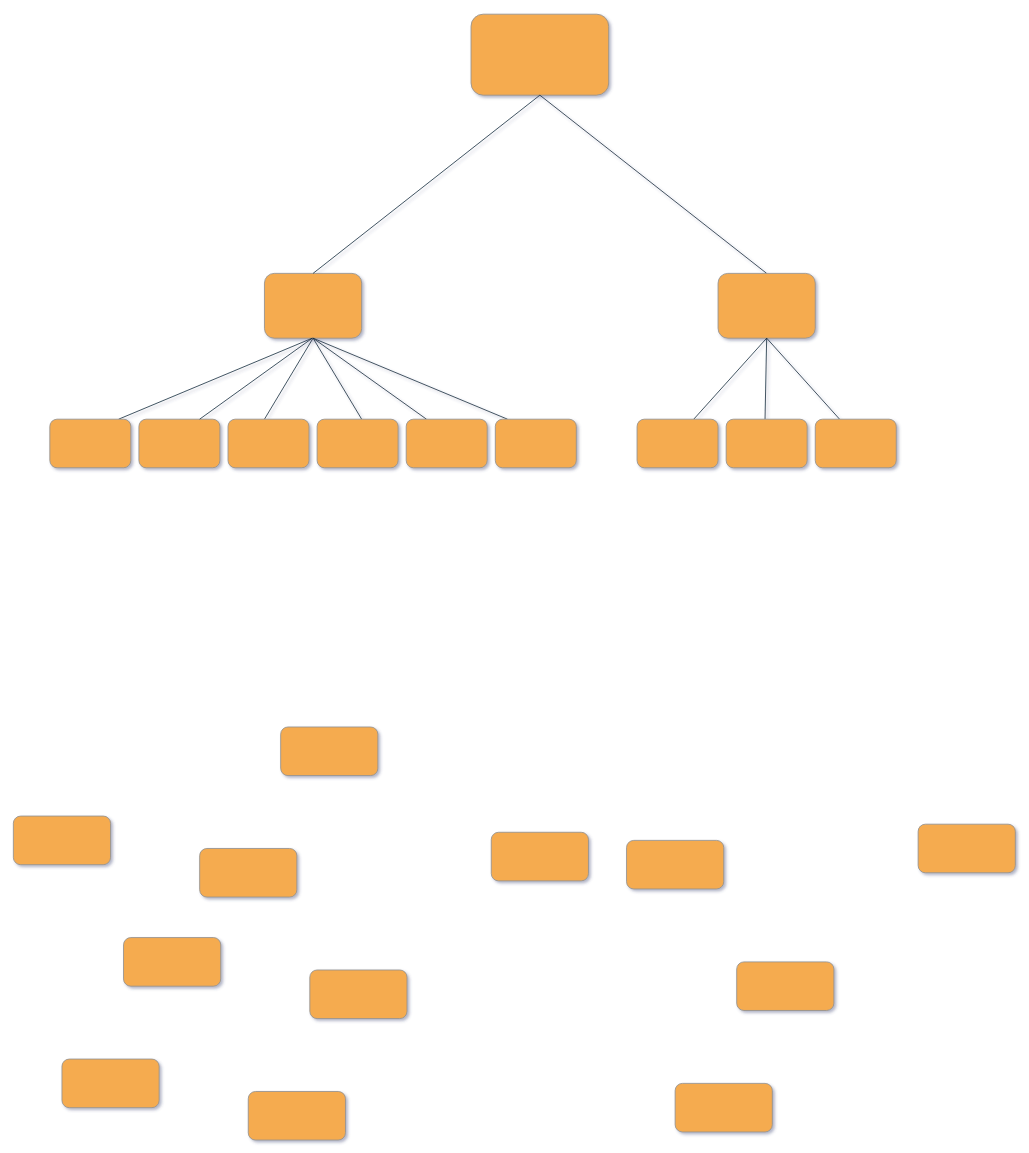
The draw.io diagram Diagrama Hito Fol.drawio in Alexx231/python, before the edit. Source tidied: cells renumbered, new cells numbered last; positions are measured from the earlier drawing's top-left corner, leaving out a move shared by most shapes. Both pictures are drawn from the tidied source at 81%, with x=0, y=0 at pixel (13, 14).
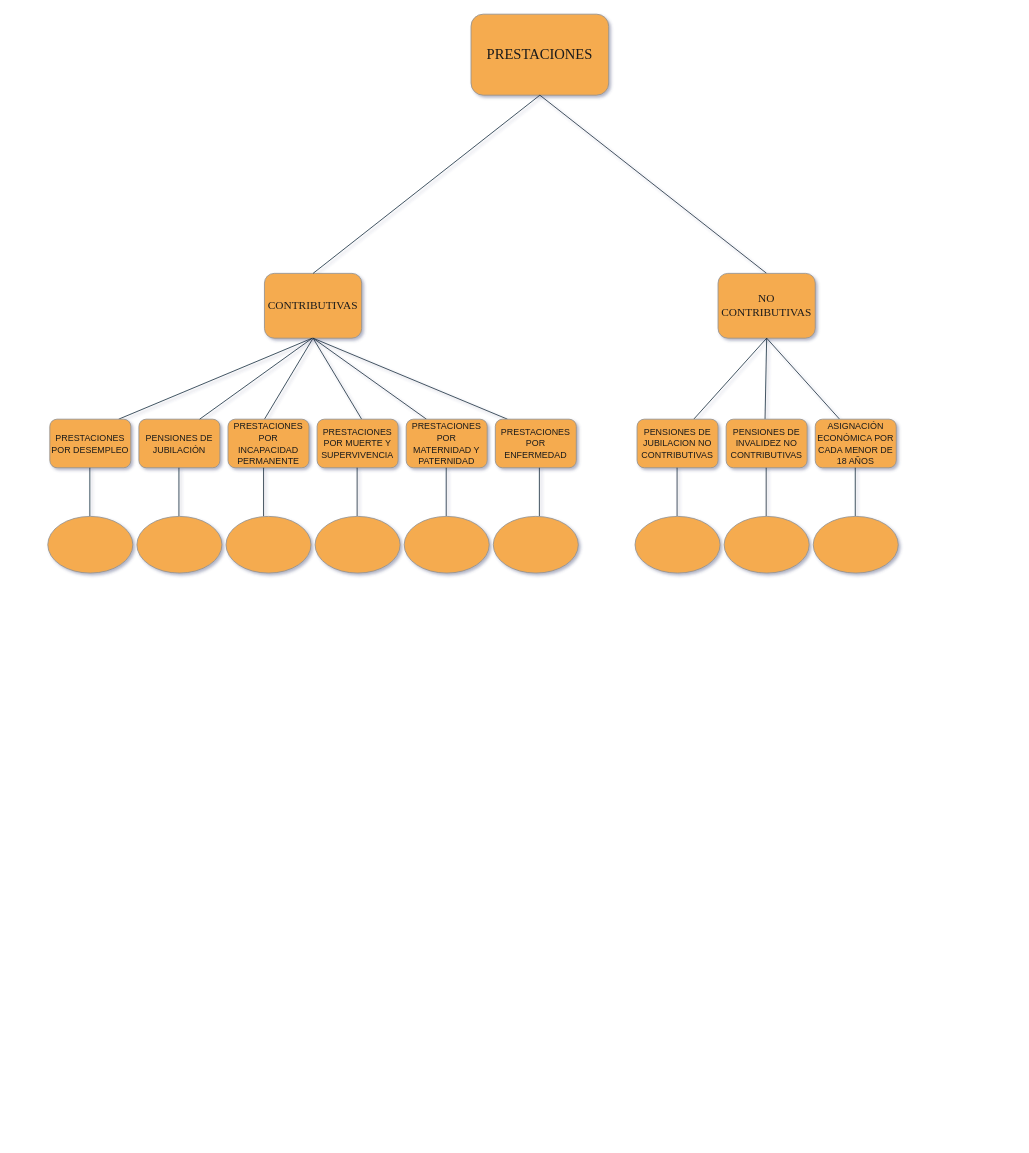
Above is the later version.

Change to the diagram source:
```diff
@@
-    <mxCell id="2" style="rounded=1;whiteSpace=wrap;html=1;labelBackgroundColor=none;fillColor=#F5AB50;strokeColor=#909090;fontColor=#1A1A1A;" parent="1" vertex="1">
+    <mxCell id="2" value="&lt;font style=&quot;font-size: 18px;&quot; face=&quot;Times New Roman&quot;&gt;PRESTACIONES&lt;/font&gt;" style="rounded=1;whiteSpace=wrap;html=1;labelBackgroundColor=none;fillColor=#F5AB50;strokeColor=#909090;fontColor=#1A1A1A;" parent="1" vertex="1">
       <mxGeometry x="565" width="170" height="100" as="geometry" />
     </mxCell>
-    <mxCell id="3" style="rounded=1;whiteSpace=wrap;html=1;labelBackgroundColor=none;fillColor=#F5AB50;strokeColor=#909090;fontColor=#1A1A1A;" parent="1" vertex="1">
+    <mxCell id="3" value="&lt;font style=&quot;font-size: 14px;&quot; face=&quot;Times New Roman&quot;&gt;CONTRIBUTIVAS&lt;/font&gt;" style="rounded=1;whiteSpace=wrap;html=1;labelBackgroundColor=none;fillColor=#F5AB50;strokeColor=#909090;fontColor=#1A1A1A;" parent="1" vertex="1">
       <mxGeometry x="310" y="320" width="120" height="80" as="geometry" />
     </mxCell>
-    <mxCell id="4" style="rounded=1;whiteSpace=wrap;html=1;labelBackgroundColor=none;fillColor=#F5AB50;strokeColor=#909090;fontColor=#1A1A1A;" parent="1" vertex="1">
-      <mxGeometry x="330" y="880" width="120" height="60" as="geometry" />
-    </mxCell>
-    <mxCell id="5" style="rounded=1;whiteSpace=wrap;html=1;labelBackgroundColor=none;fillColor=#F5AB50;strokeColor=#909090;fontColor=#1A1A1A;" parent="1" vertex="1">
+    <mxCell id="5" value="&lt;font style=&quot;font-size: 11px;&quot;&gt;PENSIONES DE JUBILACIÓN&lt;/font&gt;" style="rounded=1;whiteSpace=wrap;html=1;labelBackgroundColor=none;fillColor=#F5AB50;strokeColor=#909090;fontColor=#1A1A1A;" parent="1" vertex="1">
       <mxGeometry x="155" y="500" width="100" height="60" as="geometry" />
     </mxCell>
-    <mxCell id="6" style="rounded=1;whiteSpace=wrap;html=1;labelBackgroundColor=none;fillColor=#F5AB50;strokeColor=#909090;fontColor=#1A1A1A;" parent="1" vertex="1">
-      <mxGeometry x="60" y="1290" width="120" height="60" as="geometry" />
-    </mxCell>
-    <mxCell id="7" style="rounded=1;whiteSpace=wrap;html=1;labelBackgroundColor=none;fillColor=#F5AB50;strokeColor=#909090;fontColor=#1A1A1A;" parent="1" vertex="1">
-      <mxGeometry x="136" y="1140" width="120" height="60" as="geometry" />
-    </mxCell>
-    <mxCell id="8" style="rounded=1;whiteSpace=wrap;html=1;labelBackgroundColor=none;fillColor=#F5AB50;strokeColor=#909090;fontColor=#1A1A1A;" parent="1" vertex="1">
-      <mxGeometry y="990" width="120" height="60" as="geometry" />
-    </mxCell>
-    <mxCell id="9" style="rounded=1;whiteSpace=wrap;html=1;labelBackgroundColor=none;fillColor=#F5AB50;strokeColor=#909090;fontColor=#1A1A1A;" parent="1" vertex="1">
-      <mxGeometry x="290" y="1330" width="120" height="60" as="geometry" />
-    </mxCell>
-    <mxCell id="10" style="rounded=1;whiteSpace=wrap;html=1;labelBackgroundColor=none;fillColor=#F5AB50;strokeColor=#909090;fontColor=#1A1A1A;" parent="1" vertex="1">
-      <mxGeometry x="366" y="1180" width="120" height="60" as="geometry" />
-    </mxCell>
-    <mxCell id="11" style="rounded=1;whiteSpace=wrap;html=1;labelBackgroundColor=none;fillColor=#F5AB50;strokeColor=#909090;fontColor=#1A1A1A;" parent="1" vertex="1">
-      <mxGeometry x="230" y="1030" width="120" height="60" as="geometry" />
-    </mxCell>
-    <mxCell id="12" style="rounded=1;whiteSpace=wrap;html=1;labelBackgroundColor=none;fillColor=#F5AB50;strokeColor=#909090;fontColor=#1A1A1A;" parent="1" vertex="1">
-      <mxGeometry x="590" y="1010" width="120" height="60" as="geometry" />
-    </mxCell>
-    <mxCell id="13" style="rounded=1;whiteSpace=wrap;html=1;labelBackgroundColor=none;fillColor=#F5AB50;strokeColor=#909090;fontColor=#1A1A1A;" parent="1" vertex="1">
-      <mxGeometry x="817" y="1320" width="120" height="60" as="geometry" />
-    </mxCell>
-    <mxCell id="14" style="rounded=1;whiteSpace=wrap;html=1;labelBackgroundColor=none;fillColor=#F5AB50;strokeColor=#909090;fontColor=#1A1A1A;" parent="1" vertex="1">
-      <mxGeometry x="893" y="1170" width="120" height="60" as="geometry" />
-    </mxCell>
-    <mxCell id="15" style="rounded=1;whiteSpace=wrap;html=1;labelBackgroundColor=none;fillColor=#F5AB50;strokeColor=#909090;fontColor=#1A1A1A;" parent="1" vertex="1">
-      <mxGeometry x="757" y="1020" width="120" height="60" as="geometry" />
-    </mxCell>
-    <mxCell id="16" style="rounded=1;whiteSpace=wrap;html=1;labelBackgroundColor=none;fillColor=#F5AB50;strokeColor=#909090;fontColor=#1A1A1A;" parent="1" vertex="1">
-      <mxGeometry x="1117" y="1000" width="120" height="60" as="geometry" />
-    </mxCell>
@@
-    <mxCell id="19" style="rounded=1;whiteSpace=wrap;html=1;labelBackgroundColor=none;fillColor=#F5AB50;strokeColor=#909090;fontColor=#1A1A1A;" parent="1" vertex="1">
+    <mxCell id="19" value="&lt;font face=&quot;Times New Roman&quot; style=&quot;font-size: 14px;&quot;&gt;NO CONTRIBUTIVAS&lt;/font&gt;" style="rounded=1;whiteSpace=wrap;html=1;labelBackgroundColor=none;fillColor=#F5AB50;strokeColor=#909090;fontColor=#1A1A1A;" parent="1" vertex="1">
       <mxGeometry x="870" y="320" width="120" height="80" as="geometry" />
     </mxCell>
@@
-    <mxCell id="26" style="rounded=1;whiteSpace=wrap;html=1;labelBackgroundColor=none;fillColor=#F5AB50;strokeColor=#909090;fontColor=#1A1A1A;" parent="1" vertex="1">
+    <mxCell id="26" value="&lt;font style=&quot;font-size: 11px;&quot;&gt;PRESTACIONES POR INCAPACIDAD PERMANENTE&lt;/font&gt;" style="rounded=1;whiteSpace=wrap;html=1;labelBackgroundColor=none;fillColor=#F5AB50;strokeColor=#909090;fontColor=#1A1A1A;" parent="1" vertex="1">
       <mxGeometry x="265" y="500" width="100" height="60" as="geometry" />
     </mxCell>
-    <mxCell id="27" style="rounded=1;whiteSpace=wrap;html=1;labelBackgroundColor=none;fillColor=#F5AB50;strokeColor=#909090;fontColor=#1A1A1A;" parent="1" vertex="1">
+    <mxCell id="27" value="&lt;font style=&quot;font-size: 11px;&quot;&gt;PRESTACIONES POR DESEMPLEO&lt;/font&gt;&lt;span id=&quot;docs-internal-guid-49e1480e-7fff-4781-98b6-2acfe4be3718&quot;&gt;&lt;/span&gt;&lt;span id=&quot;docs-internal-guid-9d8ec7dc-7fff-ddeb-47c2-e3805ae331d7&quot;&gt;&lt;/span&gt;" style="rounded=1;whiteSpace=wrap;html=1;labelBackgroundColor=none;fillColor=#F5AB50;strokeColor=#909090;fontColor=#1A1A1A;" parent="1" vertex="1">
       <mxGeometry x="45" y="500" width="100" height="60" as="geometry" />
     </mxCell>
-    <mxCell id="28" style="rounded=1;whiteSpace=wrap;html=1;labelBackgroundColor=none;fillColor=#F5AB50;strokeColor=#909090;fontColor=#1A1A1A;" parent="1" vertex="1">
+    <mxCell id="28" value="&lt;font style=&quot;font-size: 11px;&quot;&gt;PRESTACIONES POR MATERNIDAD Y PATERNIDAD&lt;/font&gt;" style="rounded=1;whiteSpace=wrap;html=1;labelBackgroundColor=none;fillColor=#F5AB50;strokeColor=#909090;fontColor=#1A1A1A;" parent="1" vertex="1">
       <mxGeometry x="485" y="500" width="100" height="60" as="geometry" />
     </mxCell>
-    <mxCell id="29" style="rounded=1;whiteSpace=wrap;html=1;labelBackgroundColor=none;fillColor=#F5AB50;strokeColor=#909090;fontColor=#1A1A1A;" parent="1" vertex="1">
+    <mxCell id="29" value="&lt;font style=&quot;font-size: 11px;&quot;&gt;PRESTACIONES POR ENFERMEDAD&lt;/font&gt;" style="rounded=1;whiteSpace=wrap;html=1;labelBackgroundColor=none;fillColor=#F5AB50;strokeColor=#909090;fontColor=#1A1A1A;" parent="1" vertex="1">
       <mxGeometry x="595" y="500" width="100" height="60" as="geometry" />
     </mxCell>
-    <mxCell id="30" style="rounded=1;whiteSpace=wrap;html=1;labelBackgroundColor=none;fillColor=#F5AB50;strokeColor=#909090;fontColor=#1A1A1A;" parent="1" vertex="1">
+    <mxCell id="30" value="&lt;font style=&quot;font-size: 11px;&quot;&gt;PRESTACIONES POR MUERTE Y SUPERVIVENCIA&lt;/font&gt;" style="rounded=1;whiteSpace=wrap;html=1;labelBackgroundColor=none;fillColor=#F5AB50;strokeColor=#909090;fontColor=#1A1A1A;" parent="1" vertex="1">
       <mxGeometry x="375" y="500" width="100" height="60" as="geometry" />
     </mxCell>
@@
-    <mxCell id="34" style="rounded=1;whiteSpace=wrap;html=1;labelBackgroundColor=none;fillColor=#F5AB50;strokeColor=#909090;fontColor=#1A1A1A;" parent="1" vertex="1">
+    <mxCell id="34" value="&lt;font style=&quot;font-size: 11px;&quot;&gt;PENSIONES DE INVALIDEZ NO CONTRIBUTIVAS&lt;/font&gt;" style="rounded=1;whiteSpace=wrap;html=1;labelBackgroundColor=none;fillColor=#F5AB50;strokeColor=#909090;fontColor=#1A1A1A;" parent="1" vertex="1">
       <mxGeometry x="880" y="500" width="100" height="60" as="geometry" />
     </mxCell>
-    <mxCell id="35" style="rounded=1;whiteSpace=wrap;html=1;labelBackgroundColor=none;fillColor=#F5AB50;strokeColor=#909090;fontColor=#1A1A1A;" parent="1" vertex="1">
+    <mxCell id="35" value="&lt;font style=&quot;font-size: 11px;&quot;&gt;ASIGNACIÓN ECONÓMICA POR CADA MENOR DE 18 AÑOS&lt;/font&gt;" style="rounded=1;whiteSpace=wrap;html=1;labelBackgroundColor=none;fillColor=#F5AB50;strokeColor=#909090;fontColor=#1A1A1A;" parent="1" vertex="1">
       <mxGeometry x="990" y="500" width="100" height="60" as="geometry" />
     </mxCell>
-    <mxCell id="36" style="rounded=1;whiteSpace=wrap;html=1;labelBackgroundColor=none;fillColor=#F5AB50;strokeColor=#909090;fontColor=#1A1A1A;" parent="1" vertex="1">
+    <mxCell id="36" value="&lt;font style=&quot;font-size: 11px;&quot;&gt;PENSIONES DE JUBILACION NO CONTRIBUTIVAS&lt;/font&gt;" style="rounded=1;whiteSpace=wrap;html=1;labelBackgroundColor=none;fillColor=#F5AB50;strokeColor=#909090;fontColor=#1A1A1A;" parent="1" vertex="1">
       <mxGeometry x="770" y="500" width="100" height="60" as="geometry" />
     </mxCell>
+    <mxCell id="37" style="endArrow=none;html=1;rounded=1;labelBackgroundColor=none;strokeColor=#182E3E;fontColor=default;" parent="1" edge="1">
+      <mxGeometry relative="1" as="geometry">
+        <mxPoint x="424.4" y="620" as="sourcePoint" />
+        <mxPoint x="424.4" y="560" as="targetPoint" />
+      </mxGeometry>
+    </mxCell>
+    <mxCell id="38" style="endArrow=none;html=1;rounded=1;labelBackgroundColor=none;strokeColor=#182E3E;fontColor=default;" parent="1" edge="1">
+      <mxGeometry relative="1" as="geometry">
+        <mxPoint x="534.4" y="620" as="sourcePoint" />
+        <mxPoint x="534.4" y="560" as="targetPoint" />
+      </mxGeometry>
+    </mxCell>
+    <mxCell id="39" style="endArrow=none;html=1;rounded=1;labelBackgroundColor=none;strokeColor=#182E3E;fontColor=default;" parent="1" edge="1">
+      <mxGeometry relative="1" as="geometry">
+        <mxPoint x="649.4" y="620" as="sourcePoint" />
+        <mxPoint x="649.4" y="560" as="targetPoint" />
+      </mxGeometry>
+    </mxCell>
+    <mxCell id="40" style="endArrow=none;html=1;rounded=1;labelBackgroundColor=none;strokeColor=#182E3E;fontColor=default;" parent="1" edge="1">
+      <mxGeometry relative="1" as="geometry">
+        <mxPoint x="819.4" y="620" as="sourcePoint" />
+        <mxPoint x="819.4" y="560" as="targetPoint" />
+      </mxGeometry>
+    </mxCell>
+    <mxCell id="41" style="endArrow=none;html=1;rounded=1;labelBackgroundColor=none;strokeColor=#182E3E;fontColor=default;" parent="1" edge="1">
+      <mxGeometry relative="1" as="geometry">
+        <mxPoint x="929.4" y="620" as="sourcePoint" />
+        <mxPoint x="929.4" y="560" as="targetPoint" />
+      </mxGeometry>
+    </mxCell>
+    <mxCell id="42" style="endArrow=none;html=1;rounded=1;labelBackgroundColor=none;strokeColor=#182E3E;fontColor=default;" parent="1" edge="1">
+      <mxGeometry relative="1" as="geometry">
+        <mxPoint x="1039.4" y="620" as="sourcePoint" />
+        <mxPoint x="1039.4" y="560" as="targetPoint" />
+      </mxGeometry>
+    </mxCell>
+    <mxCell id="43" style="endArrow=none;html=1;rounded=1;labelBackgroundColor=none;strokeColor=#182E3E;fontColor=default;" parent="1" edge="1">
+      <mxGeometry relative="1" as="geometry">
+        <mxPoint x="94.4" y="620" as="sourcePoint" />
+        <mxPoint x="94.4" y="560" as="targetPoint" />
+      </mxGeometry>
+    </mxCell>
+    <mxCell id="44" style="endArrow=none;html=1;rounded=1;labelBackgroundColor=none;strokeColor=#182E3E;fontColor=default;" parent="1" edge="1">
+      <mxGeometry relative="1" as="geometry">
+        <mxPoint x="204.4" y="620" as="sourcePoint" />
+        <mxPoint x="204.4" y="560" as="targetPoint" />
+      </mxGeometry>
+    </mxCell>
+    <mxCell id="45" style="endArrow=none;html=1;rounded=1;labelBackgroundColor=none;strokeColor=#182E3E;fontColor=default;" parent="1" edge="1">
+      <mxGeometry relative="1" as="geometry">
+        <mxPoint x="308.9" y="620" as="sourcePoint" />
+        <mxPoint x="308.9" y="560" as="targetPoint" />
+      </mxGeometry>
+    </mxCell>
+    <mxCell id="46" style="ellipse;whiteSpace=wrap;html=1;rounded=1;labelBackgroundColor=none;fillColor=#F5AB50;strokeColor=#909090;fontColor=#1A1A1A;" parent="1" vertex="1">
+      <mxGeometry x="42.5" y="620" width="105" height="70" as="geometry" />
+    </mxCell>
+    <mxCell id="47" style="ellipse;whiteSpace=wrap;html=1;rounded=1;labelBackgroundColor=none;fillColor=#F5AB50;strokeColor=#909090;fontColor=#1A1A1A;" parent="1" vertex="1">
+      <mxGeometry x="152.5" y="620" width="105" height="70" as="geometry" />
+    </mxCell>
+    <mxCell id="48" style="ellipse;whiteSpace=wrap;html=1;rounded=1;labelBackgroundColor=none;fillColor=#F5AB50;strokeColor=#909090;fontColor=#1A1A1A;" parent="1" vertex="1">
+      <mxGeometry x="262.5" y="620" width="105" height="70" as="geometry" />
+    </mxCell>
+    <mxCell id="49" style="ellipse;whiteSpace=wrap;html=1;rounded=1;labelBackgroundColor=none;fillColor=#F5AB50;strokeColor=#909090;fontColor=#1A1A1A;" parent="1" vertex="1">
+      <mxGeometry x="372.5" y="620" width="105" height="70" as="geometry" />
+    </mxCell>
+    <mxCell id="50" style="ellipse;whiteSpace=wrap;html=1;rounded=1;labelBackgroundColor=none;fillColor=#F5AB50;strokeColor=#909090;fontColor=#1A1A1A;" parent="1" vertex="1">
+      <mxGeometry x="482.5" y="620" width="105" height="70" as="geometry" />
+    </mxCell>
+    <mxCell id="51" style="ellipse;whiteSpace=wrap;html=1;rounded=1;labelBackgroundColor=none;fillColor=#F5AB50;strokeColor=#909090;fontColor=#1A1A1A;" parent="1" vertex="1">
+      <mxGeometry x="592.5" y="620" width="105" height="70" as="geometry" />
+    </mxCell>
+    <mxCell id="52" style="ellipse;whiteSpace=wrap;html=1;rounded=1;labelBackgroundColor=none;fillColor=#F5AB50;strokeColor=#909090;fontColor=#1A1A1A;" parent="1" vertex="1">
+      <mxGeometry x="767.5" y="620" width="105" height="70" as="geometry" />
+    </mxCell>
+    <mxCell id="53" style="ellipse;whiteSpace=wrap;html=1;rounded=1;labelBackgroundColor=none;fillColor=#F5AB50;strokeColor=#909090;fontColor=#1A1A1A;" parent="1" vertex="1">
+      <mxGeometry x="877.5" y="620" width="105" height="70" as="geometry" />
+    </mxCell>
+    <mxCell id="54" style="ellipse;whiteSpace=wrap;html=1;rounded=1;labelBackgroundColor=none;fillColor=#F5AB50;strokeColor=#909090;fontColor=#1A1A1A;" parent="1" vertex="1">
+      <mxGeometry x="987.5" y="620" width="105" height="70" as="geometry" />
+    </mxCell>
```
